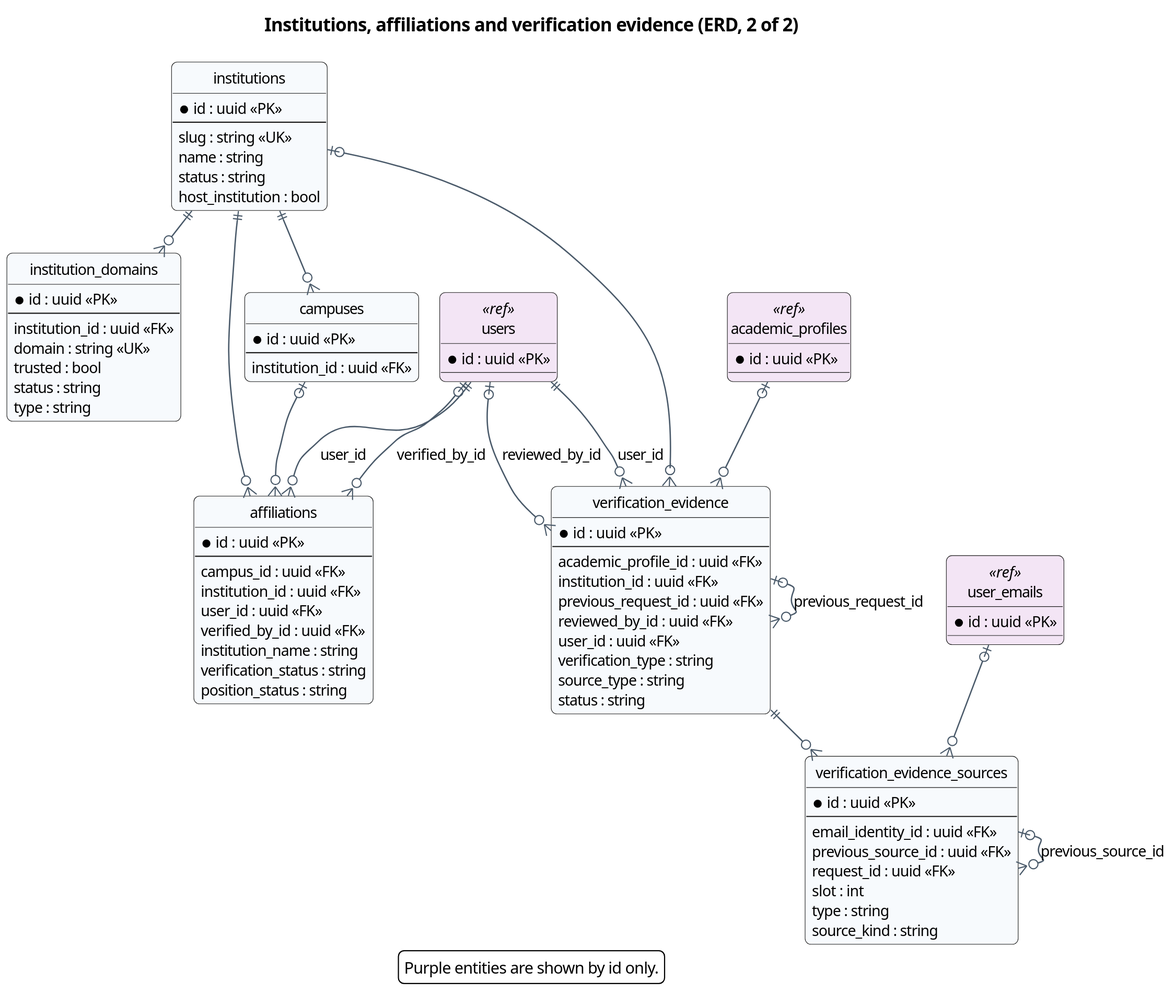
The PlantUML diagram docs/diagrams/report4/R4_ERD_identity_b.svg in Khoa-Hoa-Technology-Solution-Company/lumi-gap, before a commit. Its diagram source:
```plantuml
@startuml
!pragma layout smetana
skinparam dpi 150
skinparam defaultFontName "Segoe UI"
skinparam defaultFontSize 13
skinparam shadowing false
skinparam roundCorner 10
skinparam ArrowColor #4A5A6A
skinparam ArrowThickness 1.2
skinparam BorderColor #2F6DB5
skinparam BackgroundColor #FFFFFF
skinparam TitleFontSize 16
skinparam TitleFontStyle bold
skinparam entity {
  BackgroundColor #F7FAFD
  BorderColor #2F6DB5
}
skinparam entity<<ref>> {
  BackgroundColor #F3E5F5
  BorderColor #7B1FA2
}
skinparam linetype ortho
hide circle
title Institutions, affiliations and verification evidence (ERD, 2 of 2)
entity institutions #F7FAFD {
  * id : uuid <<PK>>
  --
  slug : string <<UK>>
  name : string
  status : string
  host_institution : bool
}
entity institution_domains #F7FAFD {
  * id : uuid <<PK>>
  --
  institution_id : uuid <<FK>>
  domain : string <<UK>>
  trusted : bool
  status : string
  type : string
}
entity campuses #F7FAFD {
  * id : uuid <<PK>>
  --
  institution_id : uuid <<FK>>
}
entity affiliations #F7FAFD {
  * id : uuid <<PK>>
  --
  campus_id : uuid <<FK>>
  institution_id : uuid <<FK>>
  user_id : uuid <<FK>>
  verified_by_id : uuid <<FK>>
  institution_name : string
  verification_status : string
  position_status : string
}
entity verification_evidence #F7FAFD {
  * id : uuid <<PK>>
  --
  academic_profile_id : uuid <<FK>>
  institution_id : uuid <<FK>>
  previous_request_id : uuid <<FK>>
  reviewed_by_id : uuid <<FK>>
  user_id : uuid <<FK>>
  verification_type : string
  source_type : string
  status : string
}
entity verification_evidence_sources #F7FAFD {
  * id : uuid <<PK>>
  --
  email_identity_id : uuid <<FK>>
  previous_source_id : uuid <<FK>>
  request_id : uuid <<FK>>
  slot : int
  type : string
  source_kind : string
}
entity users <<ref>> #F3E5F5 {
  * id : uuid <<PK>>
}
entity academic_profiles <<ref>> #F3E5F5 {
  * id : uuid <<PK>>
}
entity user_emails <<ref>> #F3E5F5 {
  * id : uuid <<PK>>
}
academic_profiles |o--o{ verification_evidence
campuses |o--o{ affiliations
institutions |o--o{ verification_evidence
institutions ||--o{ affiliations
institutions ||--o{ campuses
institutions ||--o{ institution_domains
user_emails |o--o{ verification_evidence_sources
users |o--o{ affiliations : verified_by_id
users |o--o{ verification_evidence : reviewed_by_id
users ||--o{ affiliations : user_id
users ||--o{ verification_evidence : user_id
verification_evidence |o--o{ verification_evidence : previous_request_id
verification_evidence ||--o{ verification_evidence_sources
verification_evidence_sources |o--o{ verification_evidence_sources : previous_source_id
legend bottom
Purple entities are shown by id only.
endlegend
@enduml
```
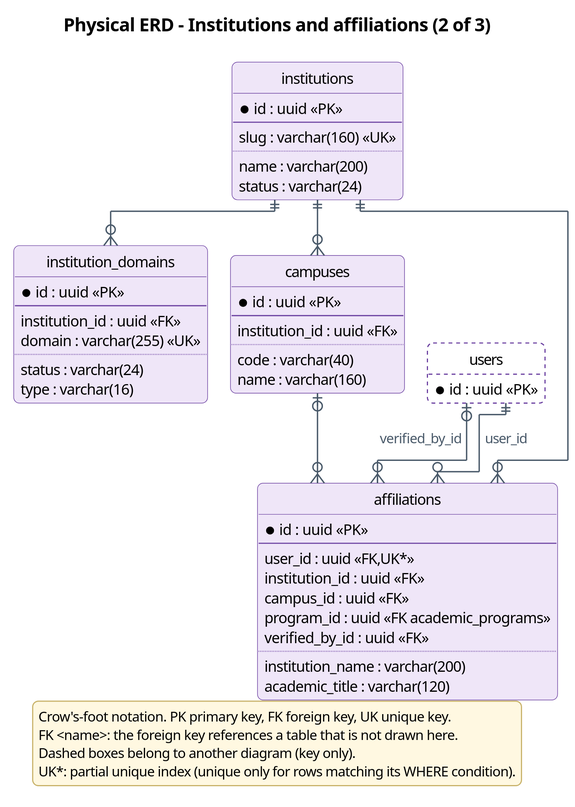
Later version of the same file.

Diff of the diagram source:
```diff
@@ -1,106 +1,80 @@
 @startuml
-!pragma layout smetana
-skinparam dpi 150
+!pragma layout elk
+skinparam dpi 200
 skinparam defaultFontName "Segoe UI"
 skinparam defaultFontSize 13
 skinparam shadowing false
 skinparam roundCorner 10
+skinparam backgroundColor #FFFFFF
 skinparam ArrowColor #4A5A6A
 skinparam ArrowThickness 1.2
-skinparam BorderColor #2F6DB5
-skinparam BackgroundColor #FFFFFF
+skinparam ArrowFontSize 12
+skinparam ArrowFontColor #4A5A6A
 skinparam TitleFontSize 16
 skinparam TitleFontStyle bold
 skinparam entity {
-  BackgroundColor #F7FAFD
-  BorderColor #2F6DB5
+  BackgroundColor #EFE6F8
+  BorderColor #6A3FA0
 }
-skinparam entity<<ref>> {
-  BackgroundColor #F3E5F5
-  BorderColor #7B1FA2
+skinparam legend {
+  BackgroundColor #FFF8E1
+  BorderColor #C9B36B
+  FontSize 12
 }
-skinparam linetype ortho
+skinparam stereotypeFontSize 10
 hide circle
-title Institutions, affiliations and verification evidence (ERD, 2 of 2)
-entity institutions #F7FAFD {
+hide empty methods
+title Physical ERD - Institutions and affiliations (2 of 3)
+entity institutions #EFE6F8;line:6A3FA0 {
   * id : uuid <<PK>>
   --
-  slug : string <<UK>>
-  name : string
-  status : string
-  host_institution : bool
+  slug : varchar(160) <<UK>>
+  ..
+  name : varchar(200)
+  status : varchar(24)
 }
-entity institution_domains #F7FAFD {
+entity institution_domains #EFE6F8;line:6A3FA0 {
   * id : uuid <<PK>>
   --
   institution_id : uuid <<FK>>
-  domain : string <<UK>>
-  trusted : bool
-  status : string
-  type : string
+  domain : varchar(255) <<UK>>
+  ..
+  status : varchar(24)
+  type : varchar(16)
 }
-entity campuses #F7FAFD {
+entity campuses #EFE6F8;line:6A3FA0 {
   * id : uuid <<PK>>
   --
   institution_id : uuid <<FK>>
+  ..
+  code : varchar(40)
+  name : varchar(160)
 }
-entity affiliations #F7FAFD {
+entity affiliations #EFE6F8;line:6A3FA0 {
   * id : uuid <<PK>>
   --
+  user_id : uuid <<FK,UK*>>
+  institution_id : uuid <<FK>>
   campus_id : uuid <<FK>>
-  institution_id : uuid <<FK>>
-  user_id : uuid <<FK>>
+  program_id : uuid <<FK academic_programs>>
   verified_by_id : uuid <<FK>>
-  institution_name : string
-  verification_status : string
-  position_status : string
+  ..
+  institution_name : varchar(200)
+  academic_title : varchar(120)
 }
-entity verification_evidence #F7FAFD {
-  * id : uuid <<PK>>
-  --
-  academic_profile_id : uuid <<FK>>
-  institution_id : uuid <<FK>>
-  previous_request_id : uuid <<FK>>
-  reviewed_by_id : uuid <<FK>>
-  user_id : uuid <<FK>>
-  verification_type : string
-  source_type : string
-  status : string
-}
-entity verification_evidence_sources #F7FAFD {
-  * id : uuid <<PK>>
-  --
-  email_identity_id : uuid <<FK>>
-  previous_source_id : uuid <<FK>>
-  request_id : uuid <<FK>>
-  slot : int
-  type : string
-  source_kind : string
-}
-entity users <<ref>> #F3E5F5 {
+entity users #FFFFFF;line:6A3FA0;line.dashed {
   * id : uuid <<PK>>
 }
-entity academic_profiles <<ref>> #F3E5F5 {
-  * id : uuid <<PK>>
-}
-entity user_emails <<ref>> #F3E5F5 {
-  * id : uuid <<PK>>
-}
-academic_profiles |o--o{ verification_evidence
 campuses |o--o{ affiliations
-institutions |o--o{ verification_evidence
 institutions ||--o{ affiliations
 institutions ||--o{ campuses
 institutions ||--o{ institution_domains
-user_emails |o--o{ verification_evidence_sources
+users ||--o{ affiliations : user_id
 users |o--o{ affiliations : verified_by_id
-users |o--o{ verification_evidence : reviewed_by_id
-users ||--o{ affiliations : user_id
-users ||--o{ verification_evidence : user_id
-verification_evidence |o--o{ verification_evidence : previous_request_id
-verification_evidence ||--o{ verification_evidence_sources
-verification_evidence_sources |o--o{ verification_evidence_sources : previous_source_id
 legend bottom
-Purple entities are shown by id only.
+Crow's-foot notation. PK primary key, FK foreign key, UK unique key.
+FK <name>: the foreign key references a table that is not drawn here.
+Dashed boxes belong to another diagram (key only).
+UK*: partial unique index (unique only for rows matching its WHERE condition).
 endlegend
 @enduml
```
